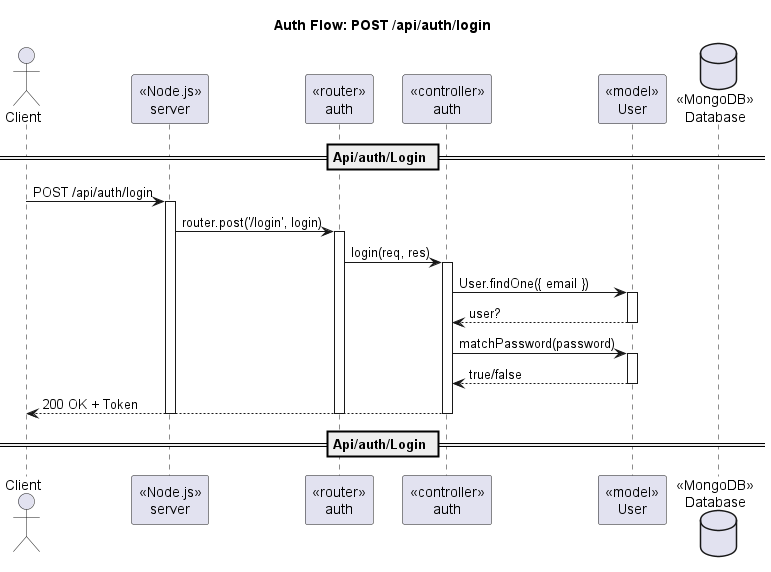
098ff/ArtmaybeDEV keeps this PlantUML diagram as out/docs/diagram/sequence/seq_auth_login_post.png. Above is the earlier version. Its diagram source:
```plantuml
@startuml
title Auth Flow: POST /api/auth/login
actor Client
participant "«Node.js»\nserver" as Server
participant "«router»\nauth" as Router
participant "«controller»\nauth" as Ctrl
participant "«model»\nUser" as UserModel
database "«MongoDB»\nDatabase" as DB

== Api/auth/Login ==
Client -> Server : POST /api/auth/login
activate Server
Server -> Router : router.post('/login', login)
activate Router
Router -> Ctrl : login(req, res)
activate Ctrl
Ctrl -> UserModel : User.findOne({ email })
activate UserModel
UserModel --> Ctrl : user?
deactivate UserModel
Ctrl -> UserModel : matchPassword(password)
activate UserModel
UserModel --> Ctrl : true/false
deactivate UserModel
Ctrl --> Client : 200 OK + Token
deactivate Ctrl
deactivate Router
deactivate Server
== Api/auth/Login ==
@enduml
```
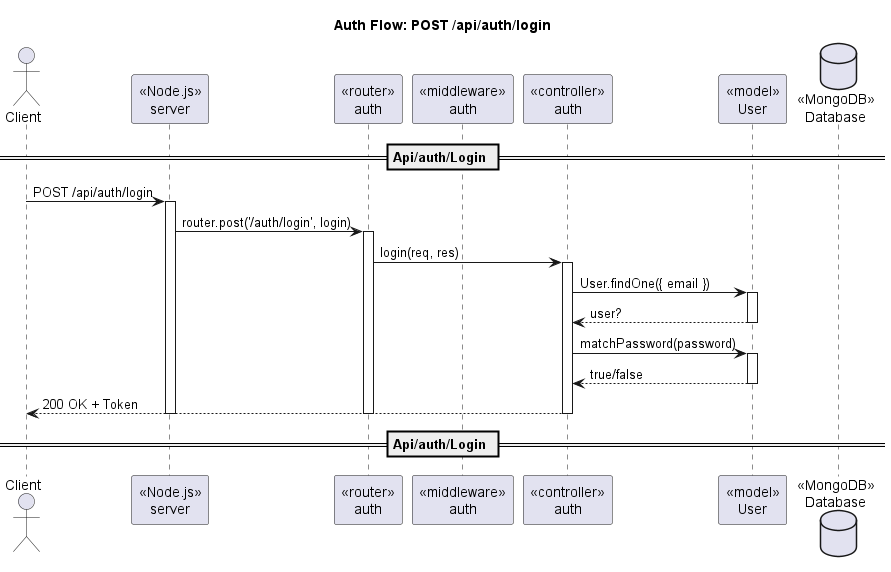
Later version of the same file.

Diff of the diagram source:
```diff
@@ -3,6 +3,7 @@
 actor Client
 participant "«Node.js»\nserver" as Server
 participant "«router»\nauth" as Router
+participant "«middleware»\nauth" as AuthMW
 participant "«controller»\nauth" as Ctrl
 participant "«model»\nUser" as UserModel
 database "«MongoDB»\nDatabase" as DB
@@ -10,7 +11,7 @@
 == Api/auth/Login ==
 Client -> Server : POST /api/auth/login
 activate Server
-Server -> Router : router.post('/login', login)
+Server -> Router : router.post('/auth/login', login)
 activate Router
 Router -> Ctrl : login(req, res)
 activate Ctrl
```
